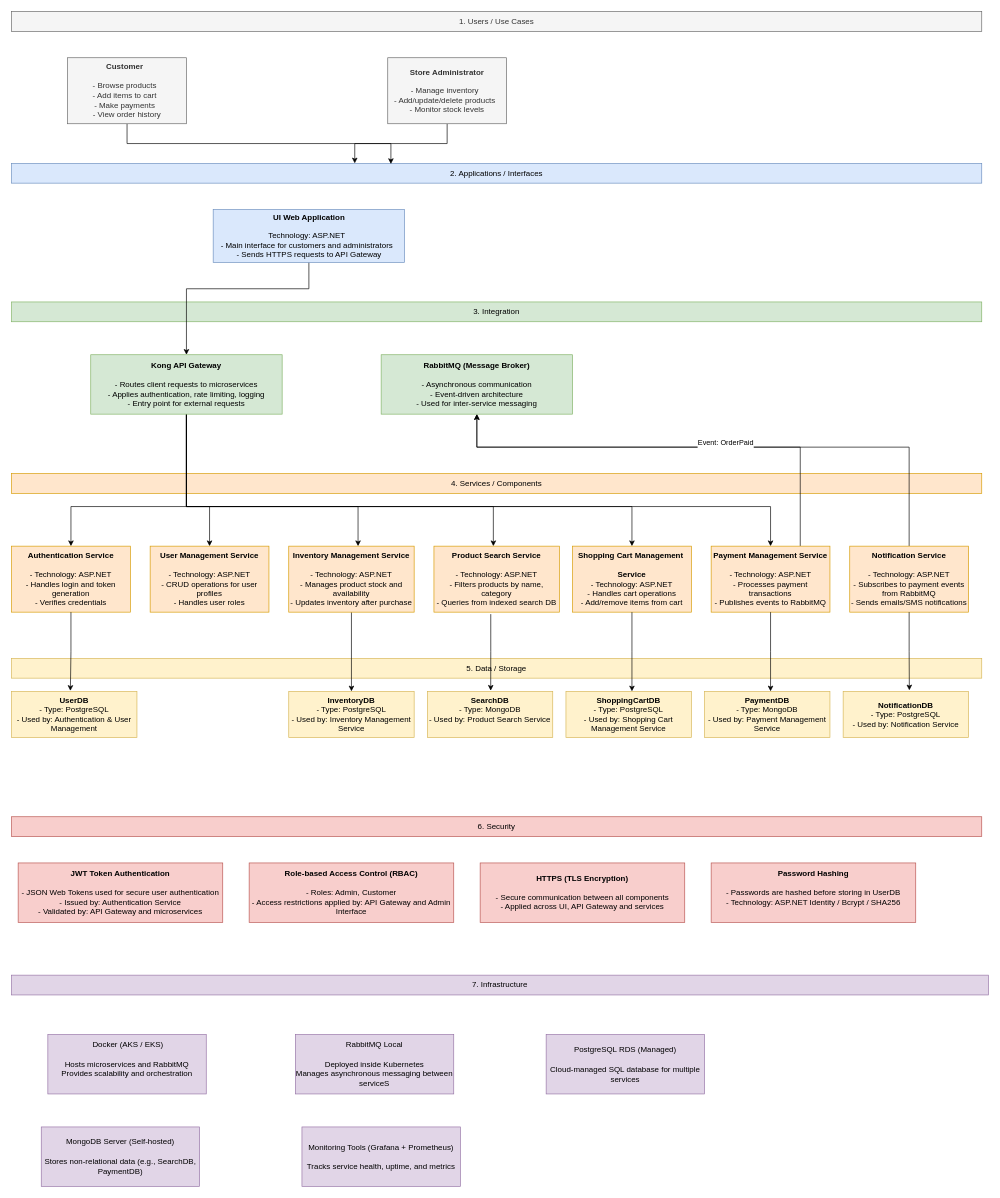
Mundrack/Diagramas-DrawIO keeps this draw.io diagram as SPSM_Architecture_Matrix.drawio. Above is the earlier version. Source tidied: cells renumbered, new cells numbered last; positions are measured from the earlier drawing's top-left corner, leaving out a move shared by most shapes. Both pictures are drawn from the tidied source at 66%, with x=0, y=0 at pixel (11, 11).
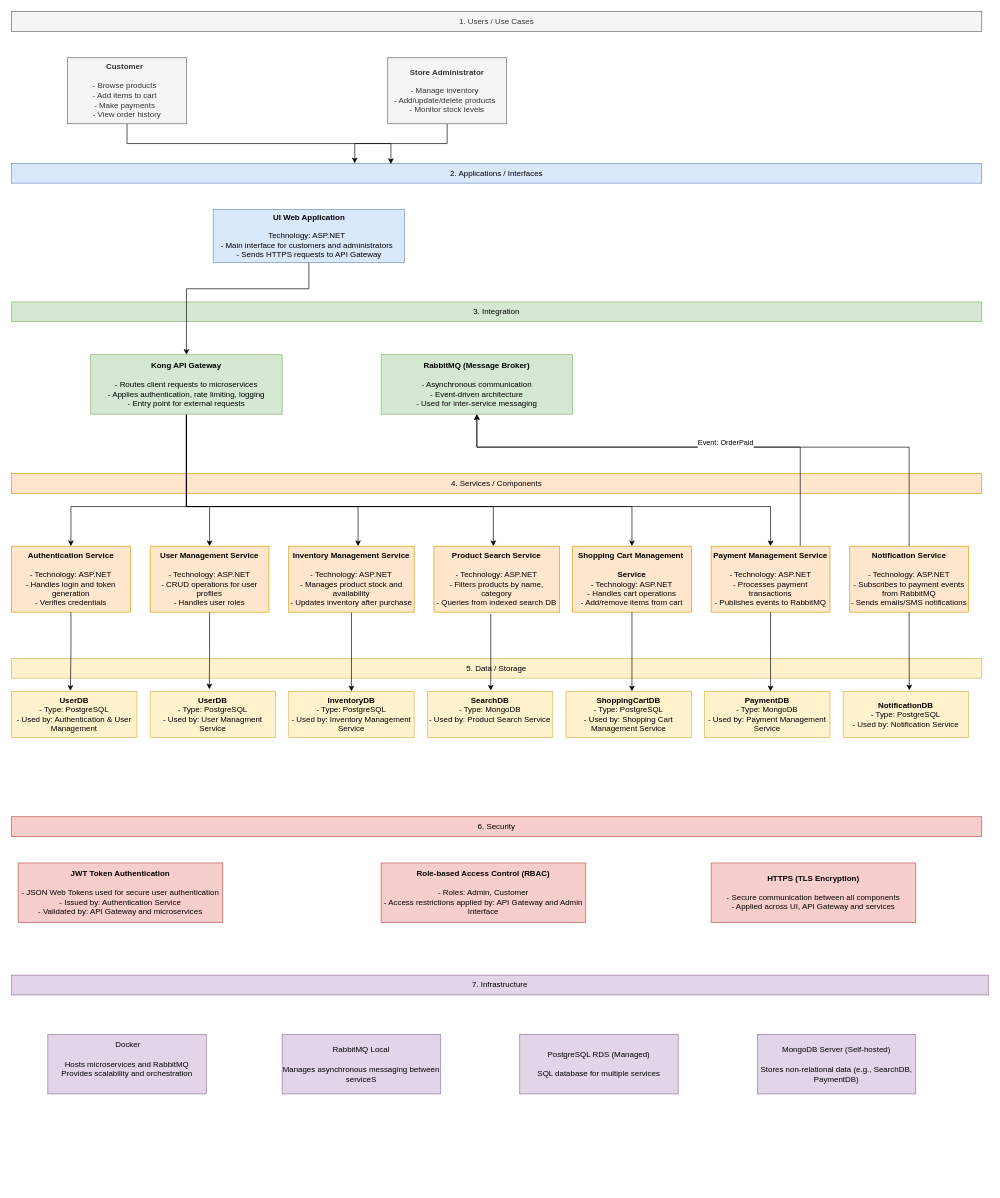
The same diagram, later.

Unchanged cells that the change refers to:
```xml
<mxCell id="24" value="&lt;div&gt;&lt;b&gt;User Management Service&lt;/b&gt;&lt;/div&gt;&lt;div&gt;&lt;b&gt;&lt;br&gt;&lt;/b&gt;&lt;/div&gt;&lt;div&gt;- Technology: ASP.NET&lt;/div&gt;&lt;div&gt;- CRUD operations for user profiles&lt;/div&gt;&lt;div&gt;- Handles user roles&lt;/div&gt;" style="whiteSpace=wrap;html=1;fillColor=#ffe6cc;strokeColor=#d79b00;" parent="1" vertex="1">
  <mxGeometry x="210" y="810" width="180" height="100" as="geometry" />
</mxCell>
```

Change to the diagram source:
```diff
@@
     <mxCell id="45" value="&lt;b&gt;Role-based Access Control (RBAC)&lt;/b&gt;&lt;div&gt;&lt;b&gt;&lt;br&gt;&lt;/b&gt;&lt;div&gt;&lt;div&gt;- Roles: Admin, Customer&lt;/div&gt;&lt;div&gt;- Access restrictions applied by: API Gateway and Admin Interface&lt;/div&gt;&lt;/div&gt;&lt;/div&gt;" style="whiteSpace=wrap;html=1;fillColor=#f8cecc;strokeColor=#b85450;" parent="1" vertex="1">
-      <mxGeometry x="360" y="1290" width="310" height="90" as="geometry" />
+      <mxGeometry x="560" y="1290" width="310" height="90" as="geometry" />
     </mxCell>
     <mxCell id="46" value="&lt;b&gt;HTTPS (TLS Encryption)&lt;/b&gt;&lt;div&gt;&amp;nbsp;&lt;span style=&quot;white-space: pre;&quot;&gt;&#9;&lt;br&gt;&lt;/span&gt;&lt;span style=&quot;background-color: transparent;&quot;&gt;- Secure communication between all components&lt;br&gt;- Applied across UI, API Gateway and services&lt;/span&gt;&lt;/div&gt;" style="whiteSpace=wrap;html=1;fillColor=#f8cecc;strokeColor=#b85450;" parent="1" vertex="1">
-      <mxGeometry x="710" y="1290" width="310" height="90" as="geometry" />
+      <mxGeometry x="1060" y="1290" width="310" height="90" as="geometry" />
     </mxCell>
-    <mxCell id="47" value="&lt;b&gt;Password Hashing&lt;/b&gt;&lt;div&gt;&lt;div&gt;&lt;br&gt;&lt;/div&gt;&lt;div&gt;- Passwords are hashed before storing in UserDB&lt;/div&gt;&lt;div&gt;- Technology: ASP.NET Identity / Bcrypt / SHA256&lt;/div&gt;&lt;/div&gt;&lt;div&gt;&lt;br&gt;&lt;/div&gt;" style="whiteSpace=wrap;html=1;fillColor=#f8cecc;strokeColor=#b85450;" parent="1" vertex="1">
-      <mxGeometry x="1060" y="1290" width="310" height="90" as="geometry" />
-    </mxCell>
-    <mxCell id="48" value="&amp;nbsp;Docker (AKS / EKS)&lt;div&gt;&lt;br&gt;&lt;div&gt;&lt;span style=&quot;background-color: transparent; color: light-dark(rgb(0, 0, 0), rgb(255, 255, 255));&quot;&gt;Hosts microservices and RabbitMQ&lt;/span&gt;&lt;/div&gt;&lt;div&gt;&lt;span style=&quot;background-color: transparent; color: light-dark(rgb(0, 0, 0), rgb(255, 255, 255));&quot;&gt;Provides scalability and orchestration&lt;/span&gt;&lt;/div&gt;&lt;div&gt;&lt;h4&gt;&lt;/h4&gt;&lt;/div&gt;&lt;/div&gt;" style="whiteSpace=wrap;html=1;fillColor=#e1d5e7;strokeColor=#9673a6;" parent="1" vertex="1">
+    <mxCell id="48" value="&amp;nbsp;Docker&lt;div&gt;&lt;br&gt;&lt;div&gt;&lt;span style=&quot;background-color: transparent; color: light-dark(rgb(0, 0, 0), rgb(255, 255, 255));&quot;&gt;Hosts microservices and RabbitMQ&lt;/span&gt;&lt;/div&gt;&lt;div&gt;&lt;span style=&quot;background-color: transparent; color: light-dark(rgb(0, 0, 0), rgb(255, 255, 255));&quot;&gt;Provides scalability and orchestration&lt;/span&gt;&lt;/div&gt;&lt;div&gt;&lt;h4&gt;&lt;/h4&gt;&lt;/div&gt;&lt;/div&gt;" style="whiteSpace=wrap;html=1;fillColor=#e1d5e7;strokeColor=#9673a6;" parent="1" vertex="1">
       <mxGeometry x="55" y="1550" width="240" height="90" as="geometry" />
     </mxCell>
-    <mxCell id="49" value="RabbitMQ Local&lt;div&gt;&lt;div&gt;&lt;h4&gt;&lt;/h4&gt;&lt;/div&gt;&lt;/div&gt;&lt;div&gt;Deployed inside Kubernetes&lt;/div&gt;&lt;div&gt;Manages asynchronous messaging between serviceS&lt;/div&gt;" style="whiteSpace=wrap;html=1;fillColor=#e1d5e7;strokeColor=#9673a6;" parent="1" vertex="1">
-      <mxGeometry x="430" y="1550" width="240" height="90" as="geometry" />
+    <mxCell id="49" value="RabbitMQ Local&lt;div&gt;&lt;div&gt;&lt;h4&gt;&lt;/h4&gt;&lt;/div&gt;&lt;/div&gt;&lt;div&gt;&lt;span style=&quot;background-color: transparent; color: light-dark(rgb(0, 0, 0), rgb(255, 255, 255));&quot;&gt;Manages asynchronous messaging between serviceS&lt;/span&gt;&lt;/div&gt;" style="whiteSpace=wrap;html=1;fillColor=#e1d5e7;strokeColor=#9673a6;" parent="1" vertex="1">
+      <mxGeometry x="410" y="1550" width="240" height="90" as="geometry" />
     </mxCell>
-    <mxCell id="50" value="PostgreSQL RDS (Managed)&lt;div&gt;&lt;div&gt;&lt;h4&gt;&lt;/h4&gt;&lt;/div&gt;&lt;/div&gt;&lt;div&gt;Cloud-managed SQL database for multiple services&lt;/div&gt;" style="whiteSpace=wrap;html=1;fillColor=#e1d5e7;strokeColor=#9673a6;" parent="1" vertex="1">
-      <mxGeometry x="810" y="1550" width="240" height="90" as="geometry" />
+    <mxCell id="50" value="PostgreSQL RDS (Managed)&lt;div&gt;&lt;div&gt;&lt;h4&gt;&lt;/h4&gt;&lt;/div&gt;&lt;/div&gt;&lt;div&gt;SQL database for multiple services&lt;/div&gt;" style="whiteSpace=wrap;html=1;fillColor=#e1d5e7;strokeColor=#9673a6;" parent="1" vertex="1">
+      <mxGeometry x="770" y="1550" width="240" height="90" as="geometry" />
     </mxCell>
     <mxCell id="51" value="MongoDB Server (Self-hosted)&lt;div&gt;&lt;div&gt;&lt;h4&gt;&lt;/h4&gt;&lt;/div&gt;&lt;/div&gt;&lt;div&gt;Stores non-relational data (e.g., SearchDB, PaymentDB)&lt;/div&gt;" style="whiteSpace=wrap;html=1;fillColor=#e1d5e7;strokeColor=#9673a6;" parent="1" vertex="1">
-      <mxGeometry x="45" y="1690" width="240" height="90" as="geometry" />
+      <mxGeometry x="1130" y="1550" width="240" height="90" as="geometry" />
     </mxCell>
-    <mxCell id="52" value="&lt;div&gt;Monitoring Tools (Grafana + Prometheus)&lt;/div&gt;&lt;div&gt;&lt;br&gt;&lt;/div&gt;&lt;div&gt;Tracks service health, uptime, and metrics&lt;/div&gt;" style="whiteSpace=wrap;html=1;fillColor=#e1d5e7;strokeColor=#9673a6;" parent="1" vertex="1">
-      <mxGeometry x="440" y="1690" width="240" height="90" as="geometry" />
-    </mxCell>
+    <mxCell id="53" value="&lt;b&gt;UserDB&lt;/b&gt;&lt;div&gt;&lt;div&gt;- Type: PostgreSQL&lt;/div&gt;&lt;div&gt;- Used by: User Managment Service&lt;/div&gt;&lt;/div&gt;" style="whiteSpace=wrap;html=1;fillColor=#fff2cc;strokeColor=#d6b656;" parent="1" vertex="1">
+      <mxGeometry x="210" y="1030" width="190" height="70" as="geometry" />
+    </mxCell>
+    <mxCell id="54" style="edgeStyle=orthogonalEdgeStyle;rounded=0;jettySize=auto;html=1;entryX=0.472;entryY=-0.044;entryDx=0;entryDy=0;entryPerimeter=0;" parent="1" edge="1" source="24" target="53">
+      <mxGeometry relative="1" as="geometry" />
+    </mxCell>
```
